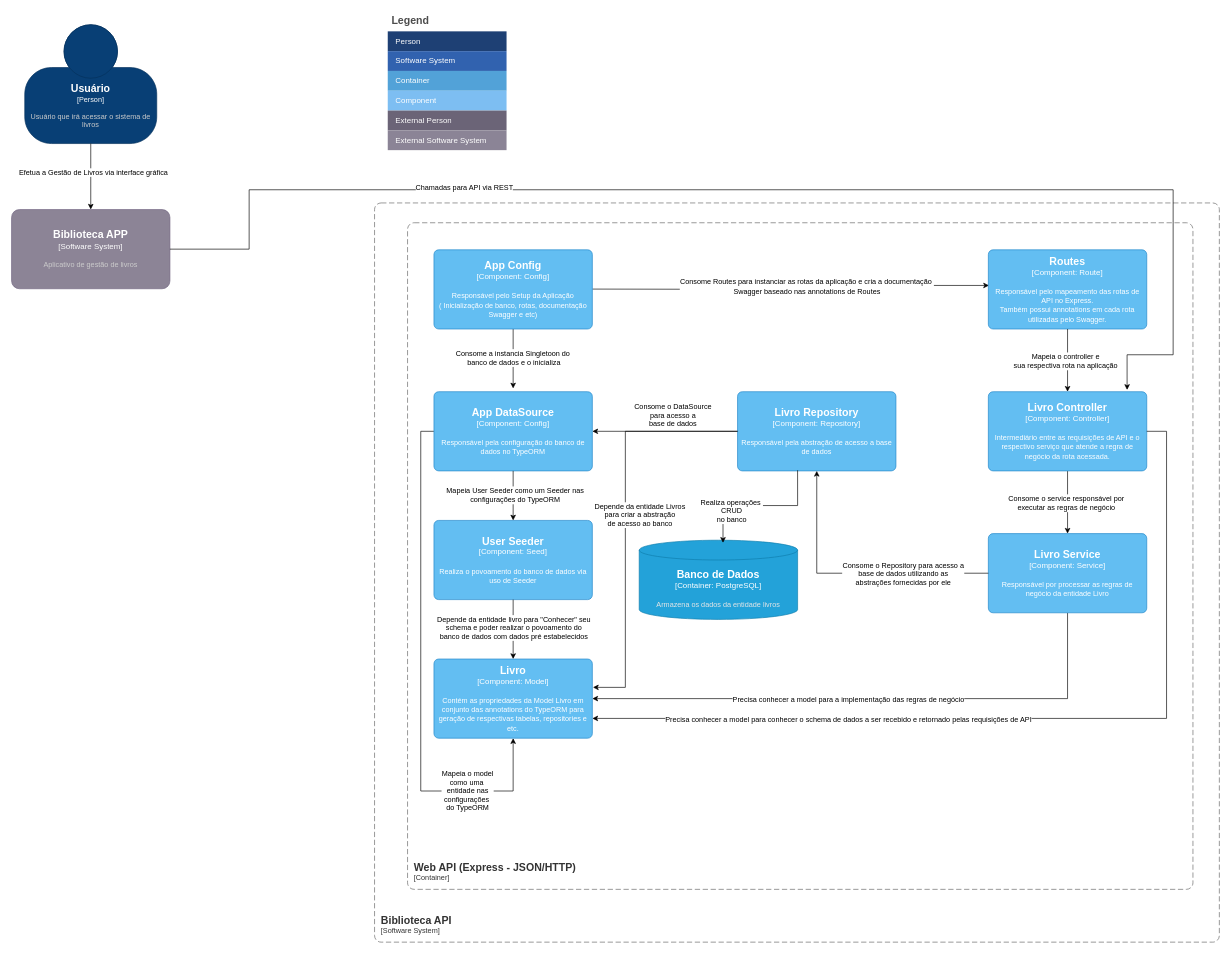
The draw.io diagram page "03 - Componente" (3 of 3) of docs/Diagrama C4.drawio in GladsonBruno/API_LIVROS_POS_XP_EDUCACAO, before the edit. Source tidied: cells renumbered, new cells numbered last; positions are measured from the earlier drawing's top-left corner, leaving out a move shared by most shapes. Both pictures are drawn from the tidied source at 66%, with x=0, y=0 at pixel (11, 11).
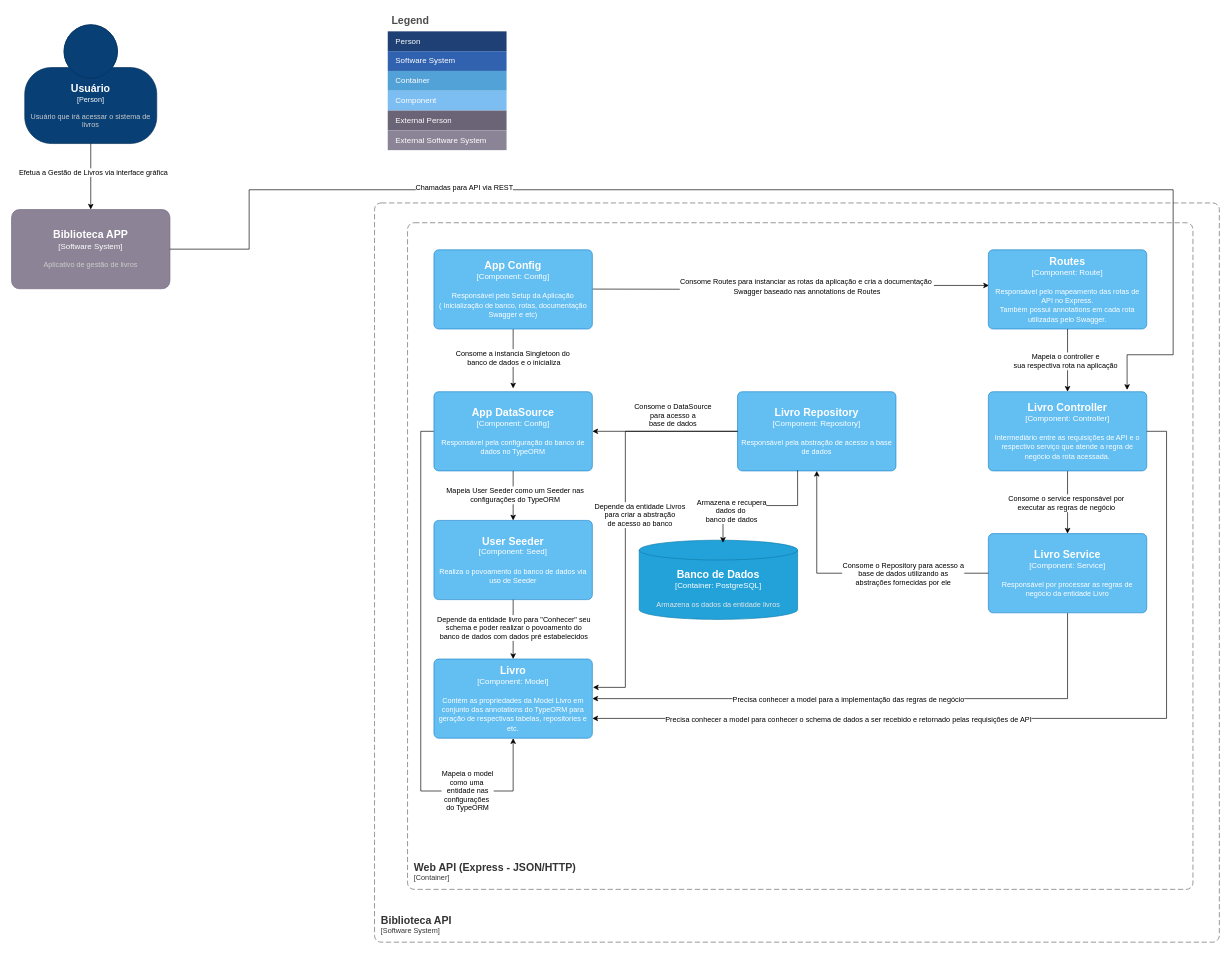
Above is the later version.

Commit message (it also covers changes not shown here):
Atualizacao diagrama de componente

The change refers to these unchanged cells:
```xml
<mxCell id="50" style="edgeStyle=orthogonalEdgeStyle;rounded=0;jettySize=auto;html=1;entryX=0.529;entryY=0.033;entryDx=0;entryDy=0;entryPerimeter=0;exitX=0.379;exitY=0.992;exitDx=0;exitDy=0;exitPerimeter=0;" parent="1" edge="1" source="42" target="19">
  <mxGeometry relative="1" as="geometry" />
</mxCell>
```

Change to the diagram source:
```diff
@@
-    <mxCell id="51" value="Realiza operações&amp;nbsp;&lt;div&gt;CRUD&lt;/div&gt;&lt;div&gt;no banco&lt;/div&gt;" style="edgeLabel;html=1;align=center;verticalAlign=middle;" parent="50" vertex="1">
+    <mxCell id="51" value="Armazena e recupera&lt;div&gt;dados do&amp;nbsp;&lt;/div&gt;&lt;div&gt;banco de dados&lt;/div&gt;" style="edgeLabel;html=1;align=center;verticalAlign=middle;" parent="50" vertex="1">
       <mxGeometry x="0.02" y="-1" relative="1" as="geometry">
         <mxPoint x="-40" y="9" as="offset" />
       </mxGeometry>
     </mxCell>
```
